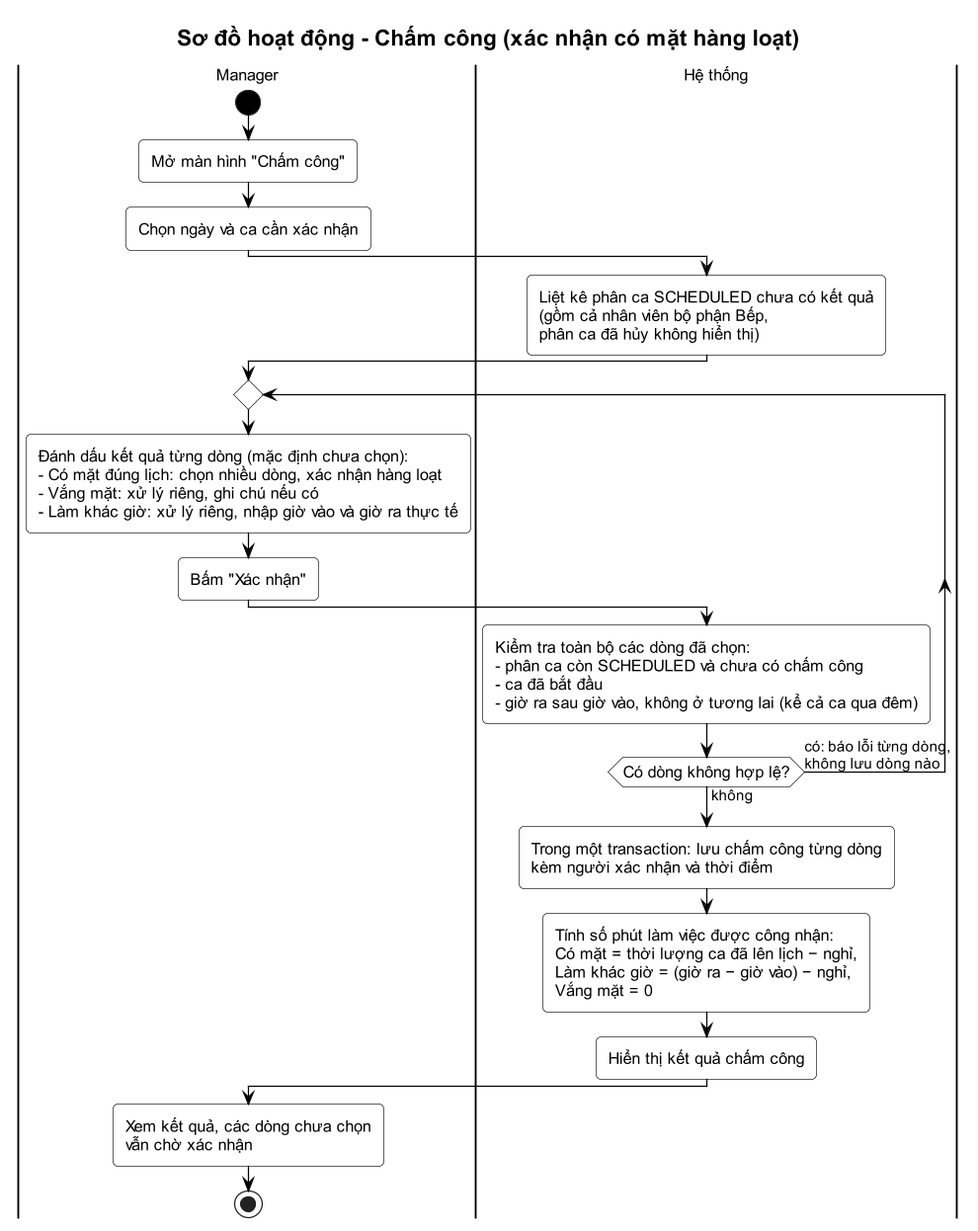
Earlier version of the PlantUML export docs/01-quan-ly-nhan-vien/activity-5-cham-cong.png (Anpham120/restaurant-management-system).
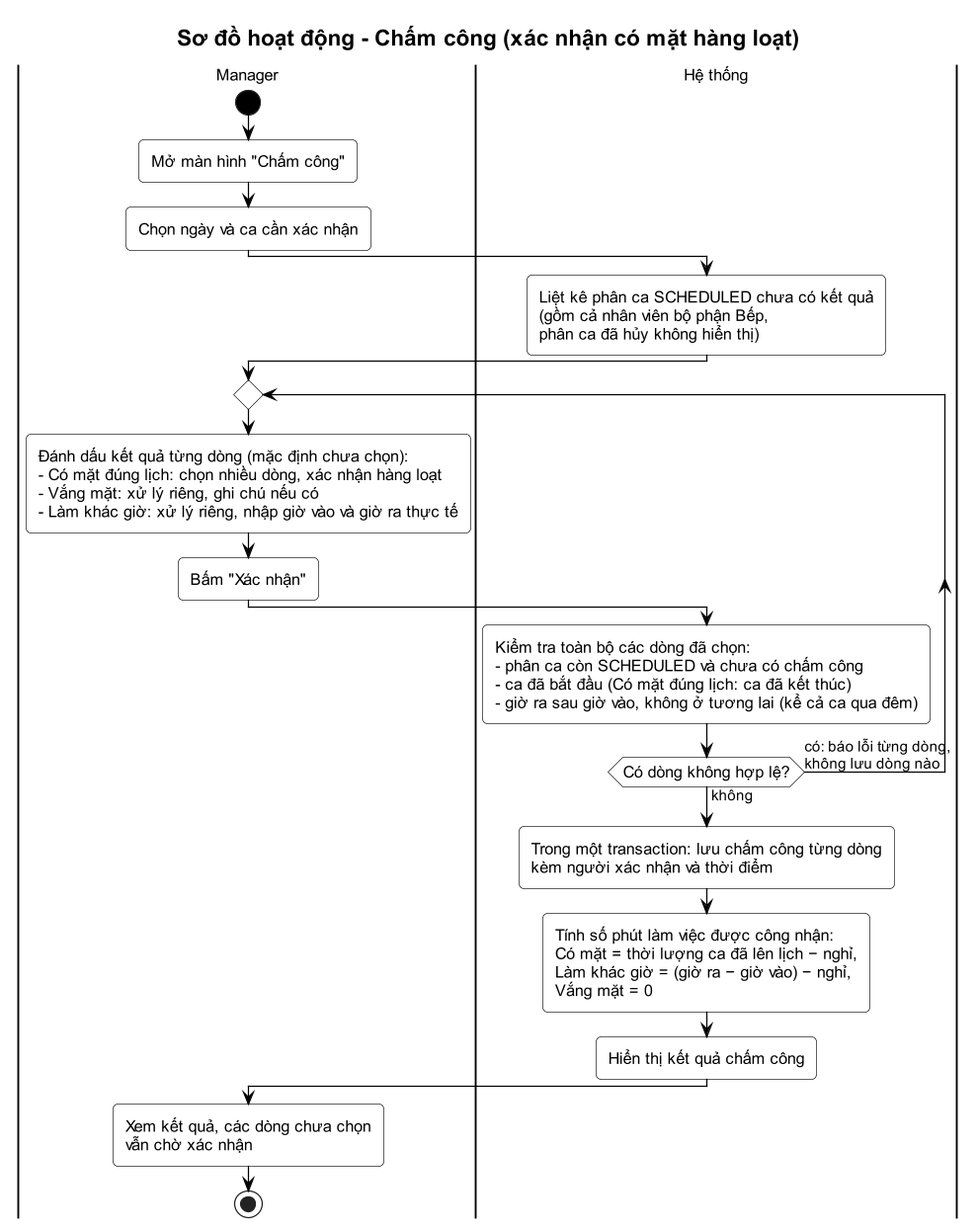
The same file after the commit.

What changed in the source:
```diff
@@ -15,7 +15,7 @@
   :Đánh dấu kết quả từng dòng (mặc định chưa chọn):\n- Có mặt đúng lịch: chọn nhiều dòng, xác nhận hàng loạt\n- Vắng mặt: xử lý riêng, ghi chú nếu có\n- Làm khác giờ: xử lý riêng, nhập giờ vào và giờ ra thực tế;
   :Bấm "Xác nhận";
   |Hệ thống|
-  :Kiểm tra toàn bộ các dòng đã chọn:\n- phân ca còn SCHEDULED và chưa có chấm công\n- ca đã bắt đầu\n- giờ ra sau giờ vào, không ở tương lai (kể cả ca qua đêm);
+  :Kiểm tra toàn bộ các dòng đã chọn:\n- phân ca còn SCHEDULED và chưa có chấm công\n- ca đã bắt đầu (Có mặt đúng lịch: ca đã kết thúc)\n- giờ ra sau giờ vào, không ở tương lai (kể cả ca qua đêm);
 repeat while (Có dòng không hợp lệ?) is (có: báo lỗi từng dòng,\nkhông lưu dòng nào) not (không)
 |Hệ thống|
 :Trong một transaction: lưu chấm công từng dòng\nkèm người xác nhận và thời điểm;
```
